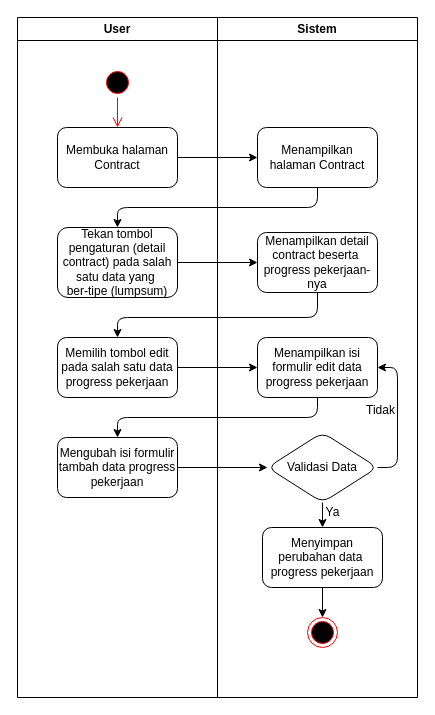
rismanrhz/idms keeps this draw.io diagram as contract/editprogresspekerjaan(lumpsum).drawio. Above is the earlier version. Source tidied: cells renumbered, new cells numbered last; positions are measured from the earlier drawing's top-left corner, leaving out a move shared by most shapes. Both pictures are drawn from the tidied source at 100%, with x=0, y=0 at pixel (17, 17).
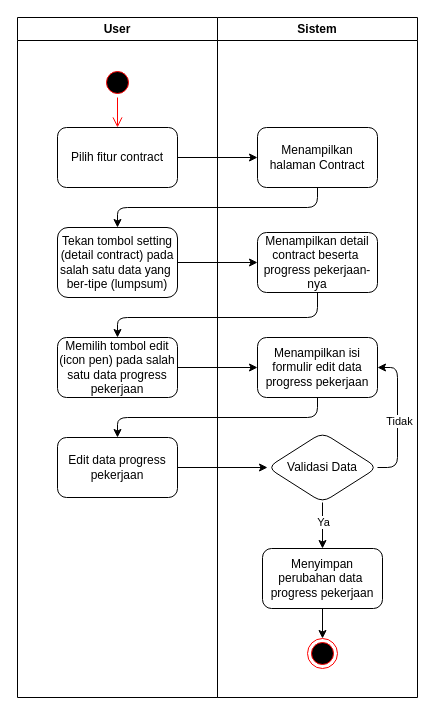
The same page after the edit.

The change refers to these unchanged cells:
```xml
<mxCell id="2" value="User" style="swimlane;whiteSpace=wrap;html=1;" parent="1" vertex="1">
  <mxGeometry width="200" height="680" as="geometry" />
</mxCell>
<mxCell id="9" value="Sistem" style="swimlane;whiteSpace=wrap;html=1;" parent="1" vertex="1">
  <mxGeometry x="200" width="200" height="680" as="geometry" />
</mxCell>
<mxCell id="13" style="edgeStyle=none;html=1;entryX=1;entryY=0.5;entryDx=0;entryDy=0;" parent="9" edge="1" source="15" target="12">
  <mxGeometry relative="1" as="geometry">
    <Array as="points">
      <mxPoint x="180" y="450" />
      <mxPoint x="180" y="350" />
    </Array>
  </mxGeometry>
</mxCell>
<mxCell id="14" style="edgeStyle=none;html=1;" parent="9" edge="1" source="15" target="17">
  <mxGeometry relative="1" as="geometry" />
</mxCell>
```

Diff of the diagram source:
```diff
@@
-    <mxCell id="4" value="Membuka halaman Contract" style="rounded=1;whiteSpace=wrap;html=1;" parent="2" vertex="1">
+    <mxCell id="4" value="Pilih fitur contract" style="rounded=1;whiteSpace=wrap;html=1;" parent="2" vertex="1">
       <mxGeometry x="40" y="110" width="120" height="60" as="geometry" />
     </mxCell>
@@
-    <mxCell id="6" value="Tekan tombol pengaturan (detail contract) pada salah satu data yang&amp;nbsp;&lt;div&gt;ber-tipe (lumpsum)&lt;/div&gt;" style="rounded=1;whiteSpace=wrap;html=1;" parent="2" vertex="1">
+    <mxCell id="6" value="Tekan tombol setting (detail contract) pada salah satu data yang&amp;nbsp;&lt;div&gt;ber-tipe (lumpsum)&lt;/div&gt;" style="rounded=1;whiteSpace=wrap;html=1;" parent="2" vertex="1">
       <mxGeometry x="40" y="210" width="120" height="70" as="geometry" />
     </mxCell>
-    <mxCell id="7" value="Memilih tombol edit pada salah satu data progress pekerjaan" style="rounded=1;whiteSpace=wrap;html=1;" parent="2" vertex="1">
+    <mxCell id="7" value="Memilih tombol edit (icon pen) pada salah satu data progress pekerjaan" style="rounded=1;whiteSpace=wrap;html=1;" parent="2" vertex="1">
       <mxGeometry x="40" y="320" width="120" height="60" as="geometry" />
     </mxCell>
-    <mxCell id="8" value="Mengubah isi formulir tambah data progress pekerjaan" style="rounded=1;whiteSpace=wrap;html=1;" parent="2" vertex="1">
+    <mxCell id="8" value="Edit data progress pekerjaan" style="rounded=1;whiteSpace=wrap;html=1;" parent="2" vertex="1">
       <mxGeometry x="40" y="420" width="120" height="60" as="geometry" />
     </mxCell>
@@
+    <mxCell id="27" value="Tidak" style="edgeLabel;html=1;align=center;verticalAlign=middle;" parent="13" vertex="1">
+      <mxGeometry x="-0.04" y="-1" relative="1" as="geometry" />
+    </mxCell>
@@
+    <mxCell id="18" value="Ya" style="edgeLabel;html=1;align=center;verticalAlign=middle;" parent="14" vertex="1">
+      <mxGeometry x="-0.17" relative="1" as="geometry" />
+    </mxCell>
@@
     <mxCell id="17" value="Menyimpan perubahan data&amp;nbsp;&lt;div&gt;progress pekerjaan&lt;/div&gt;" style="rounded=1;whiteSpace=wrap;html=1;" parent="9" vertex="1">
-      <mxGeometry x="45" y="510" width="120" height="60" as="geometry" />
+      <mxGeometry x="45" y="531" width="120" height="60" as="geometry" />
     </mxCell>
-    <mxCell id="18" value="Ya" style="text;html=1;align=center;verticalAlign=middle;strokeColor=none;fillColor=none;" parent="9" vertex="1">
-      <mxGeometry x="95" y="480" width="40" height="30" as="geometry" />
-    </mxCell>
     <mxCell id="19" style="ellipse;html=1;shape=endState;fillColor=#000000;strokeColor=#ff0000;" parent="9" vertex="1">
-      <mxGeometry x="90" y="600" width="30" height="30" as="geometry" />
+      <mxGeometry x="90" y="621" width="30" height="30" as="geometry" />
     </mxCell>
@@
-    <mxCell id="27" value="Tidak" style="text;html=1;align=center;verticalAlign=middle;strokeColor=none;fillColor=none;" parent="1" vertex="1">
-      <mxGeometry x="338" y="378" width="50" height="30" as="geometry" />
-    </mxCell>
```
